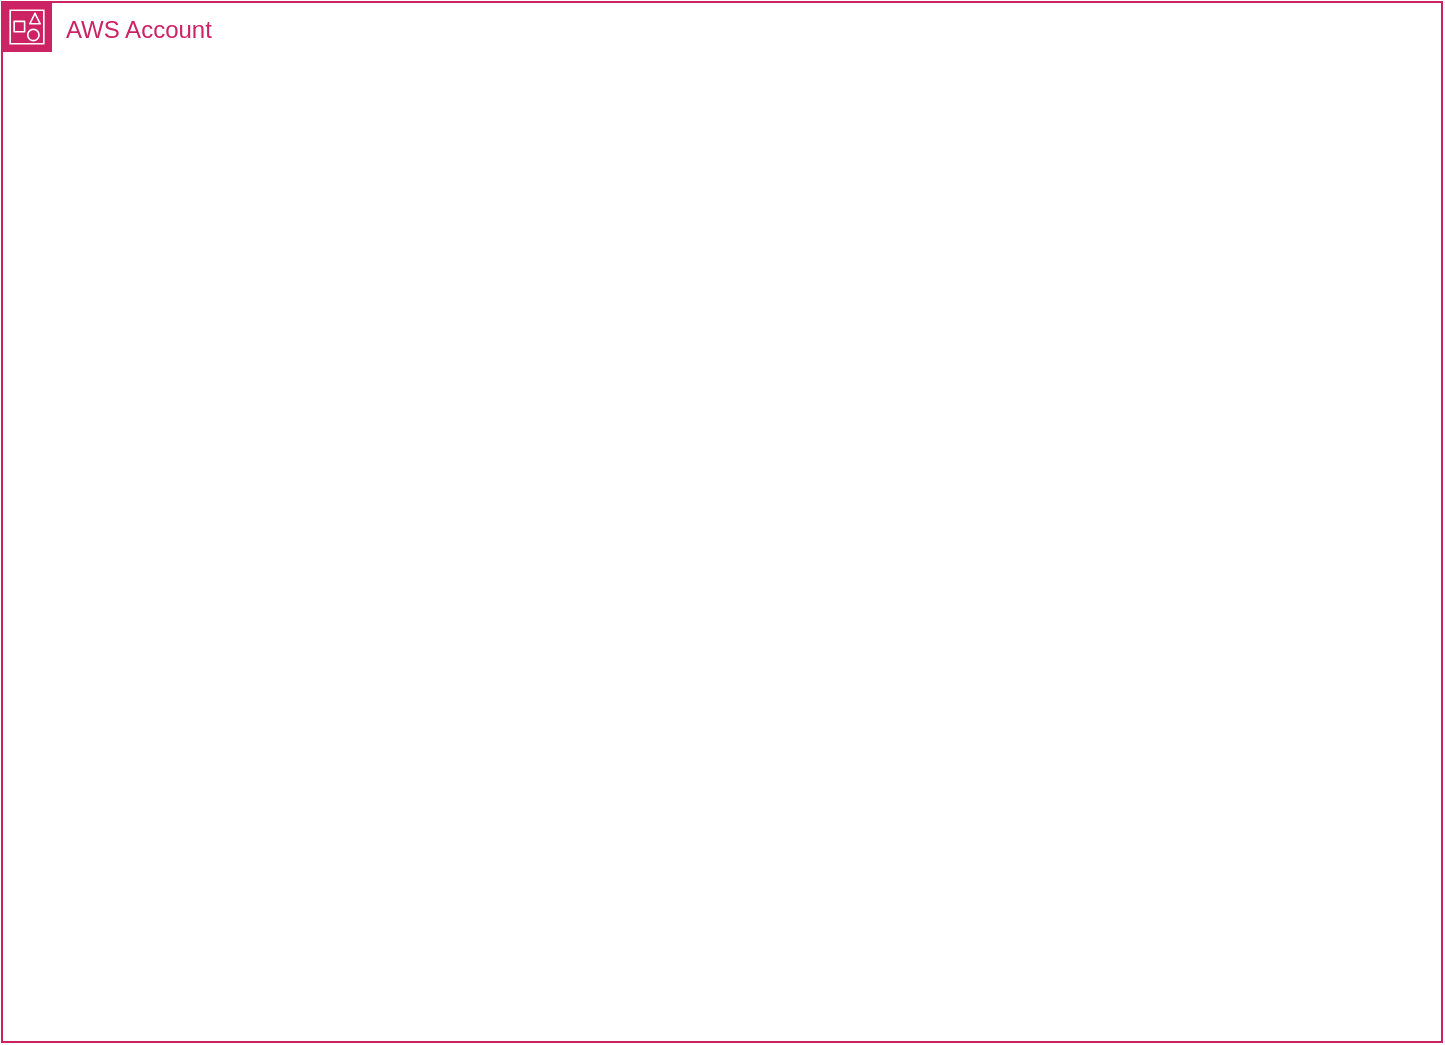
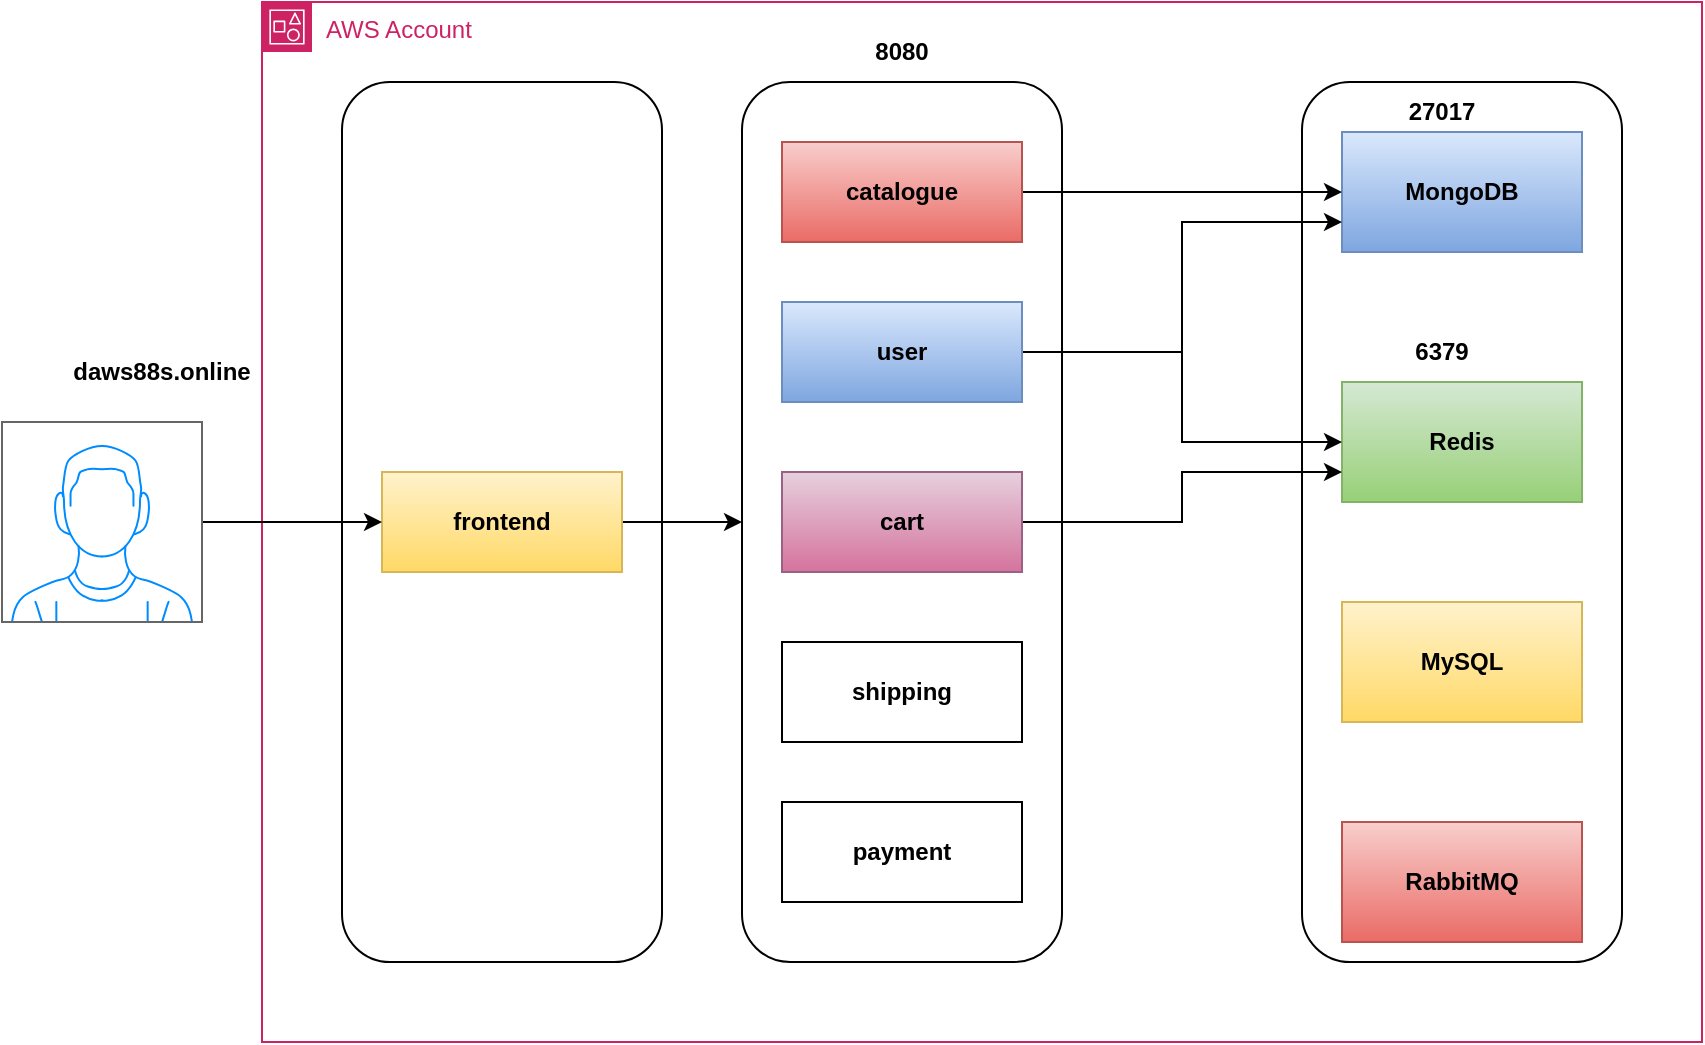
<mxfile host="app.diagrams.net">
  <diagram name="Page-1" id="Q6cz7BkPUwo_-6Wd6KmI">
-     <mxGraphModel dx="1030" dy="561" grid="1" gridSize="10" guides="1" tooltips="1" connect="1" arrows="1" fold="1" page="1" pageScale="1" pageWidth="850" pageHeight="1100" math="0" shadow="0">
+     <mxGraphModel dx="1880" dy="561" grid="1" gridSize="10" guides="1" tooltips="1" connect="1" arrows="1" fold="1" page="1" pageScale="1" pageWidth="850" pageHeight="1100" math="0" shadow="0">
      <root>
        <mxCell id="0" />
        <mxCell id="1" parent="0" />
        <mxCell id="yFfX2jkDVjn8zwZhOsyz-1" parent="1" style="points=[[0,0],[0.25,0],[0.5,0],[0.75,0],[1,0],[1,0.25],[1,0.5],[1,0.75],[1,1],[0.75,1],[0.5,1],[0.25,1],[0,1],[0,0.75],[0,0.5],[0,0.25]];outlineConnect=0;gradientColor=none;html=1;whiteSpace=wrap;fontSize=12;fontStyle=0;container=1;pointerEvents=0;collapsible=0;recursiveResize=0;shape=mxgraph.aws4.group;grIcon=mxgraph.aws4.group_account;strokeColor=#CD2264;fillColor=none;verticalAlign=top;align=left;spacingLeft=30;fontColor=#CD2264;dashed=0;" value="AWS Account" vertex="1">
          <mxGeometry height="520" width="720" x="80" y="40" as="geometry" />
        </mxCell>
+         <mxCell id="raT2pW5ffItR5NzOQVXY-1" parent="yFfX2jkDVjn8zwZhOsyz-1" style="rounded=1;whiteSpace=wrap;html=1;" value="" vertex="1">
+           <mxGeometry height="440" width="160" x="520" y="40" as="geometry" />
+         </mxCell>
+         <mxCell id="raT2pW5ffItR5NzOQVXY-2" parent="yFfX2jkDVjn8zwZhOsyz-1" style="rounded=0;whiteSpace=wrap;html=1;fillColor=#dae8fc;gradientColor=#7ea6e0;strokeColor=#6c8ebf;" value="&lt;b&gt;MongoDB&lt;/b&gt;" vertex="1">
+           <mxGeometry height="60" width="120" x="540" y="65" as="geometry" />
+         </mxCell>
+         <mxCell id="raT2pW5ffItR5NzOQVXY-3" parent="yFfX2jkDVjn8zwZhOsyz-1" style="rounded=0;whiteSpace=wrap;html=1;fillColor=#d5e8d4;gradientColor=#97d077;strokeColor=#82b366;" value="&lt;b&gt;Redis&lt;/b&gt;" vertex="1">
+           <mxGeometry height="60" width="120" x="540" y="190" as="geometry" />
+         </mxCell>
+         <mxCell id="raT2pW5ffItR5NzOQVXY-4" parent="yFfX2jkDVjn8zwZhOsyz-1" style="rounded=0;whiteSpace=wrap;html=1;fillColor=#fff2cc;gradientColor=#ffd966;strokeColor=#d6b656;" value="&lt;b&gt;MySQL&lt;/b&gt;" vertex="1">
+           <mxGeometry height="60" width="120" x="540" y="300" as="geometry" />
+         </mxCell>
+         <mxCell id="raT2pW5ffItR5NzOQVXY-5" parent="yFfX2jkDVjn8zwZhOsyz-1" style="rounded=0;whiteSpace=wrap;html=1;fillColor=#f8cecc;gradientColor=#ea6b66;strokeColor=#b85450;" value="&lt;b&gt;RabbitMQ&lt;/b&gt;" vertex="1">
+           <mxGeometry height="60" width="120" x="540" y="410" as="geometry" />
+         </mxCell>
+         <mxCell id="raT2pW5ffItR5NzOQVXY-6" parent="yFfX2jkDVjn8zwZhOsyz-1" style="rounded=1;whiteSpace=wrap;html=1;" value="" vertex="1">
+           <mxGeometry height="440" width="160" x="240" y="40" as="geometry" />
+         </mxCell>
+         <mxCell id="raT2pW5ffItR5NzOQVXY-14" edge="1" parent="yFfX2jkDVjn8zwZhOsyz-1" source="raT2pW5ffItR5NzOQVXY-7" style="edgeStyle=orthogonalEdgeStyle;rounded=0;orthogonalLoop=1;jettySize=auto;html=1;" target="raT2pW5ffItR5NzOQVXY-2">
+           <mxGeometry relative="1" as="geometry" />
+         </mxCell>
+         <mxCell id="raT2pW5ffItR5NzOQVXY-7" parent="yFfX2jkDVjn8zwZhOsyz-1" style="rounded=0;whiteSpace=wrap;html=1;fillColor=#f8cecc;gradientColor=#ea6b66;strokeColor=#b85450;" value="&lt;b&gt;catalogue&lt;/b&gt;" vertex="1">
+           <mxGeometry height="50" width="120" x="260" y="70" as="geometry" />
+         </mxCell>
+         <mxCell id="raT2pW5ffItR5NzOQVXY-19" edge="1" parent="yFfX2jkDVjn8zwZhOsyz-1" source="raT2pW5ffItR5NzOQVXY-8" style="edgeStyle=orthogonalEdgeStyle;rounded=0;orthogonalLoop=1;jettySize=auto;html=1;entryX=0;entryY=0.5;entryDx=0;entryDy=0;" target="raT2pW5ffItR5NzOQVXY-3">
+           <mxGeometry relative="1" as="geometry" />
+         </mxCell>
+         <mxCell id="raT2pW5ffItR5NzOQVXY-23" edge="1" parent="yFfX2jkDVjn8zwZhOsyz-1" source="raT2pW5ffItR5NzOQVXY-8" style="edgeStyle=orthogonalEdgeStyle;rounded=0;orthogonalLoop=1;jettySize=auto;html=1;entryX=0;entryY=0.75;entryDx=0;entryDy=0;" target="raT2pW5ffItR5NzOQVXY-2">
+           <mxGeometry relative="1" as="geometry" />
+         </mxCell>
+         <mxCell id="raT2pW5ffItR5NzOQVXY-8" parent="yFfX2jkDVjn8zwZhOsyz-1" style="rounded=0;whiteSpace=wrap;html=1;fillColor=#dae8fc;gradientColor=#7ea6e0;strokeColor=#6c8ebf;" value="&lt;b&gt;user&lt;/b&gt;" vertex="1">
+           <mxGeometry height="50" width="120" x="260" y="150" as="geometry" />
+         </mxCell>
+         <mxCell id="raT2pW5ffItR5NzOQVXY-24" edge="1" parent="yFfX2jkDVjn8zwZhOsyz-1" source="raT2pW5ffItR5NzOQVXY-9" style="edgeStyle=orthogonalEdgeStyle;rounded=0;orthogonalLoop=1;jettySize=auto;html=1;entryX=0;entryY=0.75;entryDx=0;entryDy=0;" target="raT2pW5ffItR5NzOQVXY-3">
+           <mxGeometry relative="1" as="geometry" />
+         </mxCell>
+         <mxCell id="raT2pW5ffItR5NzOQVXY-9" parent="yFfX2jkDVjn8zwZhOsyz-1" style="rounded=0;whiteSpace=wrap;html=1;fillColor=#e6d0de;gradientColor=#d5739d;strokeColor=#996185;" value="&lt;b&gt;cart&lt;/b&gt;" vertex="1">
+           <mxGeometry height="50" width="120" x="260" y="235" as="geometry" />
+         </mxCell>
+         <mxCell id="raT2pW5ffItR5NzOQVXY-10" parent="yFfX2jkDVjn8zwZhOsyz-1" style="rounded=0;whiteSpace=wrap;html=1;" value="&lt;b&gt;shipping&lt;/b&gt;" vertex="1">
+           <mxGeometry height="50" width="120" x="260" y="320" as="geometry" />
+         </mxCell>
+         <mxCell id="raT2pW5ffItR5NzOQVXY-11" parent="yFfX2jkDVjn8zwZhOsyz-1" style="rounded=0;whiteSpace=wrap;html=1;" value="&lt;b&gt;payment&lt;/b&gt;" vertex="1">
+           <mxGeometry height="50" width="120" x="260" y="400" as="geometry" />
+         </mxCell>
+         <mxCell id="raT2pW5ffItR5NzOQVXY-12" parent="yFfX2jkDVjn8zwZhOsyz-1" style="rounded=1;whiteSpace=wrap;html=1;" value="" vertex="1">
+           <mxGeometry height="440" width="160" x="40" y="40" as="geometry" />
+         </mxCell>
+         <mxCell id="raT2pW5ffItR5NzOQVXY-17" edge="1" parent="yFfX2jkDVjn8zwZhOsyz-1" source="raT2pW5ffItR5NzOQVXY-13" style="edgeStyle=orthogonalEdgeStyle;rounded=0;orthogonalLoop=1;jettySize=auto;html=1;entryX=0;entryY=0.5;entryDx=0;entryDy=0;" target="raT2pW5ffItR5NzOQVXY-6">
+           <mxGeometry relative="1" as="geometry" />
+         </mxCell>
+         <mxCell id="raT2pW5ffItR5NzOQVXY-13" parent="yFfX2jkDVjn8zwZhOsyz-1" style="rounded=0;whiteSpace=wrap;html=1;fillColor=#fff2cc;gradientColor=#ffd966;strokeColor=#d6b656;" value="&lt;b&gt;frontend&lt;/b&gt;" vertex="1">
+           <mxGeometry height="50" width="120" x="60" y="235" as="geometry" />
+         </mxCell>
+         <mxCell id="raT2pW5ffItR5NzOQVXY-15" parent="yFfX2jkDVjn8zwZhOsyz-1" style="text;html=1;whiteSpace=wrap;strokeColor=none;fillColor=none;align=center;verticalAlign=middle;rounded=0;" value="&lt;b&gt;27017&lt;/b&gt;" vertex="1">
+           <mxGeometry height="30" width="60" x="560" y="40" as="geometry" />
+         </mxCell>
+         <mxCell id="raT2pW5ffItR5NzOQVXY-18" parent="yFfX2jkDVjn8zwZhOsyz-1" style="text;html=1;whiteSpace=wrap;strokeColor=none;fillColor=none;align=center;verticalAlign=middle;rounded=0;" value="&lt;b&gt;8080&lt;/b&gt;" vertex="1">
+           <mxGeometry height="30" width="60" x="290" y="10" as="geometry" />
+         </mxCell>
+         <mxCell id="raT2pW5ffItR5NzOQVXY-21" parent="yFfX2jkDVjn8zwZhOsyz-1" style="text;html=1;whiteSpace=wrap;strokeColor=none;fillColor=none;align=center;verticalAlign=middle;rounded=0;" value="&lt;b&gt;6379&lt;/b&gt;" vertex="1">
+           <mxGeometry height="30" width="60" x="560" y="160" as="geometry" />
+         </mxCell>
+         <mxCell id="raT2pW5ffItR5NzOQVXY-26" edge="1" parent="1" source="raT2pW5ffItR5NzOQVXY-25" style="edgeStyle=orthogonalEdgeStyle;rounded=0;orthogonalLoop=1;jettySize=auto;html=1;" target="raT2pW5ffItR5NzOQVXY-13">
+           <mxGeometry relative="1" as="geometry" />
+         </mxCell>
+         <mxCell id="raT2pW5ffItR5NzOQVXY-25" parent="1" style="verticalLabelPosition=bottom;shadow=0;dashed=0;align=center;html=1;verticalAlign=top;strokeWidth=1;shape=mxgraph.mockup.containers.userMale;strokeColor=#666666;strokeColor2=#008cff;" value="" vertex="1">
+           <mxGeometry height="100" width="100" x="-50" y="250" as="geometry" />
+         </mxCell>
+         <mxCell id="raT2pW5ffItR5NzOQVXY-27" parent="1" style="text;html=1;whiteSpace=wrap;strokeColor=none;fillColor=none;align=center;verticalAlign=middle;rounded=0;" value="&lt;b&gt;daws88s.online&lt;/b&gt;" vertex="1">
+           <mxGeometry height="30" width="60" y="210" as="geometry" />
+         </mxCell>
      </root>
    </mxGraphModel>
  </diagram>
</mxfile>
